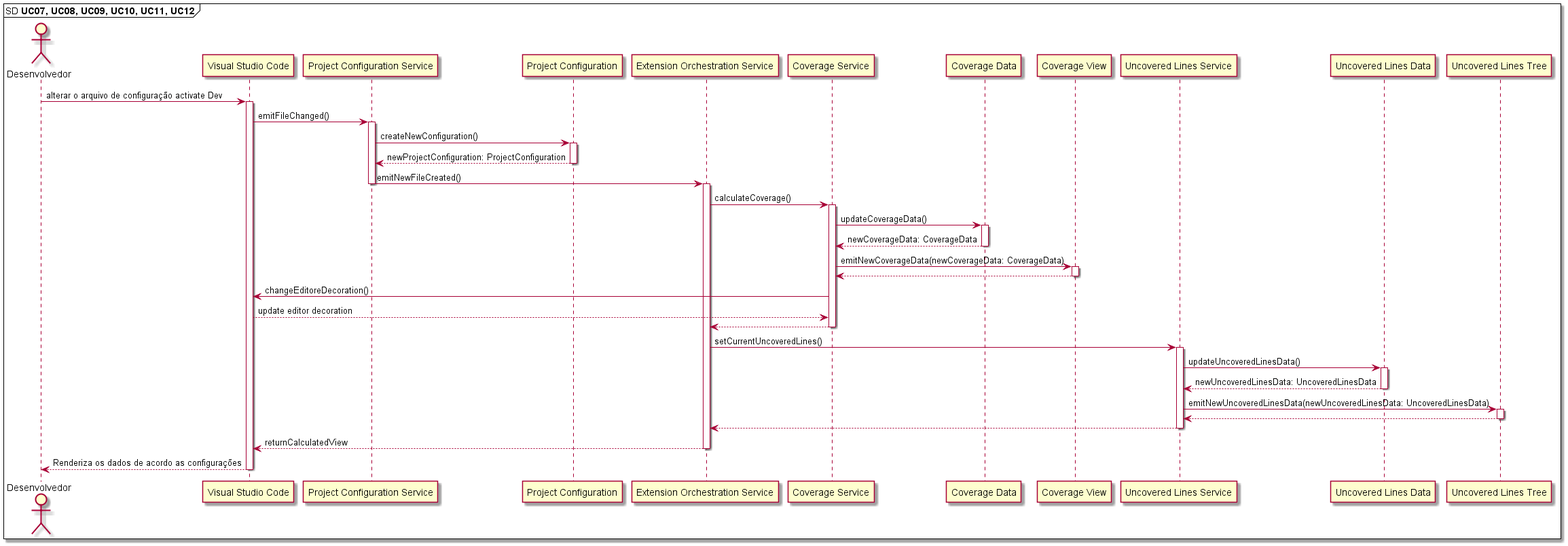
The PlantUML diagram Artefatos/Diagrama de Sequência/Imagens/SD-UC07-UC12.png in ICEI-PUC-Minas-PPLES-TI/plf-es-2022-1-tcci-5308100-dev-arthur-rocha-guilherme-oliveira, before a commit. The source it was exported from:
```plantuml
@startuml

mainframe SD **UC07, UC08, UC09, UC10, UC11, UC12**


actor       Desenvolvedor as Dev
participant "Visual Studio Code"       as VSCode
participant "Project Configuration Service" as ProjectConfigurationService
participant "Project Configuration" as ProjectConfiguration
participant "Extension Orchestration Service" as ExtensionOrchestrationService
participant "Coverage Service" as CoverageService
participant "Coverage Data" as CoverageData
participant "Coverage View" as CoverageView
participant "Uncovered Lines Service" as UncoveredLinesService
participant "Uncovered Lines Data" as UncoveredLinesData
participant "Uncovered Lines Tree" as UncoveredLinesTree

Dev -> VSCode: alterar o arquivo de configuração activate Dev
activate VSCode

VSCode -> ProjectConfigurationService: emitFileChanged()
activate ProjectConfigurationService

ProjectConfigurationService -> ProjectConfiguration: createNewConfiguration()
activate ProjectConfiguration
ProjectConfigurationService <-- ProjectConfiguration: newProjectConfiguration: ProjectConfiguration
deactivate ProjectConfiguration

ProjectConfigurationService -> ExtensionOrchestrationService: emitNewFileCreated()
deactivate ProjectConfigurationService
activate ExtensionOrchestrationService

ExtensionOrchestrationService -> CoverageService: calculateCoverage()
activate CoverageService

CoverageService -> CoverageData: updateCoverageData()
activate CoverageData

CoverageService <-- CoverageData: newCoverageData: CoverageData
deactivate CoverageData

CoverageService -> CoverageView: emitNewCoverageData(newCoverageData: CoverageData)
activate CoverageView

CoverageService <-- CoverageView
deactivate CoverageView

CoverageService -> VSCode: changeEditoreDecoration()
CoverageService <-- VSCode: update editor decoration

ExtensionOrchestrationService <-- CoverageService
deactivate CoverageService

ExtensionOrchestrationService -> UncoveredLinesService: setCurrentUncoveredLines()
activate UncoveredLinesService

UncoveredLinesService -> UncoveredLinesData: updateUncoveredLinesData()
activate UncoveredLinesData

UncoveredLinesService <-- UncoveredLinesData: newUncoveredLinesData: UncoveredLinesData
deactivate UncoveredLinesData

UncoveredLinesService -> UncoveredLinesTree: emitNewUncoveredLinesData(newUncoveredLinesData: UncoveredLinesData)
activate UncoveredLinesTree

UncoveredLinesService <-- UncoveredLinesTree
deactivate UncoveredLinesTree

ExtensionOrchestrationService <-- UncoveredLinesService
deactivate UncoveredLinesService

VSCode <-- ExtensionOrchestrationService: returnCalculatedView
deactivate ExtensionOrchestrationService

Dev <-- VSCode: Renderiza os dados de acordo as configurações
deactivate VSCode
deactivate ExtensionOrchestrationService
deactivate Dev

@enduml
```
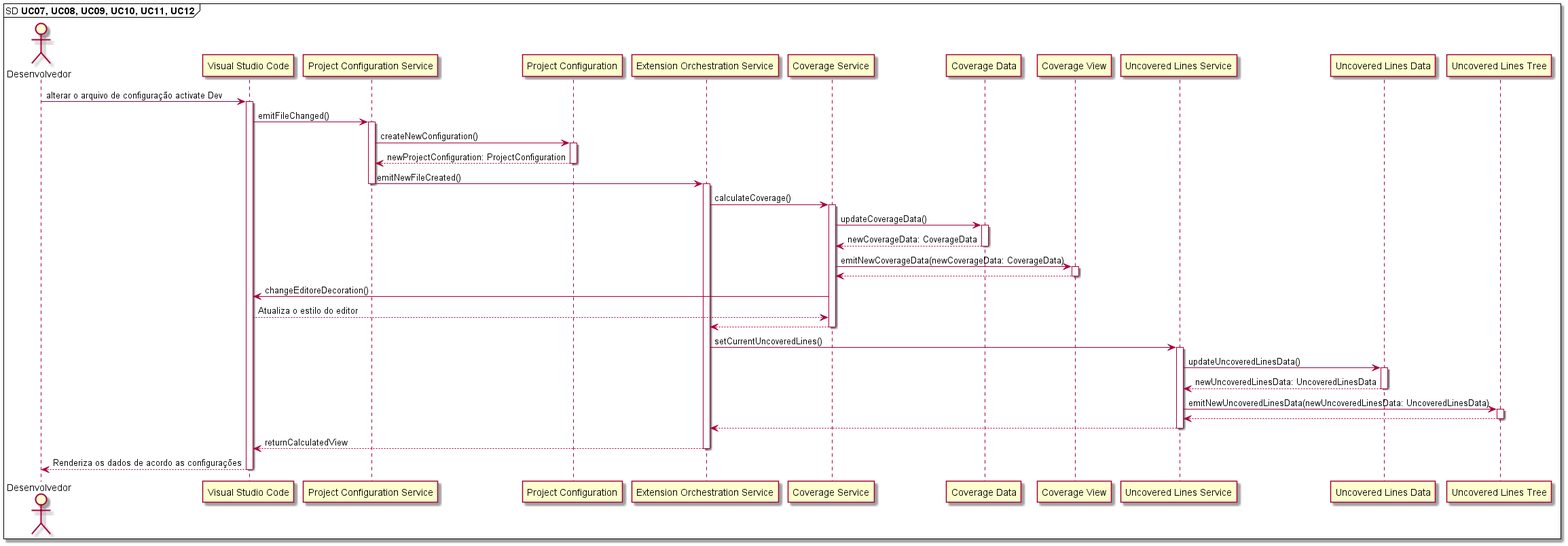
Later version of the same file.

Diff of the diagram source:
```diff
@@ -3,17 +3,17 @@
 mainframe SD **UC07, UC08, UC09, UC10, UC11, UC12**
 
 
-actor       Desenvolvedor as Dev
-participant "Visual Studio Code"       as VSCode
-participant "Project Configuration Service" as ProjectConfigurationService
-participant "Project Configuration" as ProjectConfiguration
+actor       Desenvolvedor                     as Dev
+participant "Visual Studio Code"              as VSCode
+participant "Project Configuration Service"   as ProjectConfigurationService
+participant "Project Configuration"           as ProjectConfiguration
 participant "Extension Orchestration Service" as ExtensionOrchestrationService
-participant "Coverage Service" as CoverageService
-participant "Coverage Data" as CoverageData
-participant "Coverage View" as CoverageView
-participant "Uncovered Lines Service" as UncoveredLinesService
-participant "Uncovered Lines Data" as UncoveredLinesData
-participant "Uncovered Lines Tree" as UncoveredLinesTree
+participant "Coverage Service"                as CoverageService
+participant "Coverage Data"                   as CoverageData
+participant "Coverage View"                   as CoverageView
+participant "Uncovered Lines Service"         as UncoveredLinesService
+participant "Uncovered Lines Data"            as UncoveredLinesData
+participant "Uncovered Lines Tree"            as UncoveredLinesTree
 
 Dev -> VSCode: alterar o arquivo de configuração activate Dev
 activate VSCode
@@ -46,7 +46,7 @@
 deactivate CoverageView
 
 CoverageService -> VSCode: changeEditoreDecoration()
-CoverageService <-- VSCode: update editor decoration
+CoverageService <-- VSCode: Atualiza o estilo do editor
 
 ExtensionOrchestrationService <-- CoverageService
 deactivate CoverageService
```
